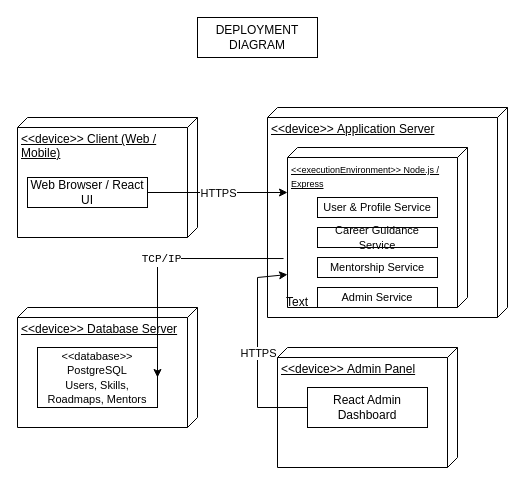
This is ADD_Deployment_Merve_Pakcan.drawio from mervepakcan/Career-Path-App--Software-Development-Project-, a draw.io file, before an edit. Source tidied: cells renumbered, new cells numbered last; positions are measured from the earlier drawing's top-left corner, leaving out a move shared by most shapes. Both pictures are drawn from the tidied source at 100%, with x=0, y=0 at pixel (17, 17).
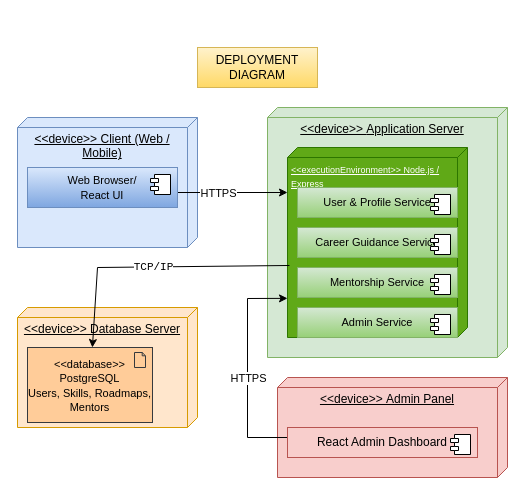
After the change.

What changed in the source:
```diff
@@
-    <mxCell id="2" value="&amp;lt;&amp;lt;device&amp;gt;&amp;gt;&amp;nbsp;&lt;span style=&quot;text-decoration: none;&quot;&gt;&lt;font style=&quot;font-size: 12px;&quot;&gt;Admin Panel&lt;/font&gt;&lt;/span&gt;" style="verticalAlign=top;align=left;spacingTop=8;spacingLeft=2;spacingRight=12;shape=cube;size=10;direction=south;fontStyle=4;html=1;whiteSpace=wrap;" parent="1" vertex="1">
-      <mxGeometry x="260" y="330" width="180" height="120" as="geometry" />
+    <mxCell id="2" value="&amp;lt;&amp;lt;device&amp;gt;&amp;gt;&amp;nbsp;&lt;span style=&quot;text-decoration: none;&quot;&gt;&lt;font style=&quot;font-size: 12px;&quot;&gt;Admin Panel&lt;/font&gt;&lt;/span&gt;" style="verticalAlign=top;align=center;spacingTop=8;spacingLeft=2;spacingRight=12;shape=cube;size=10;direction=south;fontStyle=4;html=1;whiteSpace=wrap;fillColor=#f8cecc;strokeColor=#b85450;" parent="1" vertex="1">
+      <mxGeometry x="260" y="360" width="230" height="100" as="geometry" />
     </mxCell>
-    <mxCell id="3" value="&amp;lt;&amp;lt;device&amp;gt;&amp;gt;&amp;nbsp;&lt;span style=&quot;text-decoration: none;&quot;&gt;&lt;font style=&quot;font-size: 12px;&quot;&gt;Database Server&lt;/font&gt;&lt;/span&gt;" style="verticalAlign=top;align=left;spacingTop=8;spacingLeft=2;spacingRight=12;shape=cube;size=10;direction=south;fontStyle=4;html=1;whiteSpace=wrap;" parent="1" vertex="1">
+    <mxCell id="3" value="&amp;lt;&amp;lt;device&amp;gt;&amp;gt;&amp;nbsp;&lt;span style=&quot;text-decoration: none;&quot;&gt;&lt;font style=&quot;font-size: 12px;&quot;&gt;Database Server&lt;/font&gt;&lt;/span&gt;" style="verticalAlign=top;align=center;spacingTop=8;spacingLeft=2;spacingRight=12;shape=cube;size=10;direction=south;fontStyle=4;html=1;whiteSpace=wrap;fillColor=#ffe6cc;strokeColor=#d79b00;" parent="1" vertex="1">
       <mxGeometry y="290" width="180" height="120" as="geometry" />
     </mxCell>
-    <mxCell id="4" value="&amp;lt;&amp;lt;device&amp;gt;&amp;gt;&amp;nbsp;&lt;span style=&quot;text-decoration: none;&quot;&gt;&lt;font style=&quot;font-size: 12px;&quot;&gt;Application Server&lt;/font&gt;&lt;/span&gt;" style="verticalAlign=top;align=left;spacingTop=8;spacingLeft=2;spacingRight=12;shape=cube;size=10;direction=south;fontStyle=4;html=1;whiteSpace=wrap;" parent="1" vertex="1">
-      <mxGeometry x="250" y="90" width="240" height="210" as="geometry" />
+    <mxCell id="4" value="&amp;lt;&amp;lt;device&amp;gt;&amp;gt;&amp;nbsp;&lt;span style=&quot;text-decoration: none;&quot;&gt;&lt;font style=&quot;font-size: 12px;&quot;&gt;Application Server&lt;/font&gt;&lt;/span&gt;" style="verticalAlign=top;align=center;spacingTop=8;spacingLeft=2;spacingRight=12;shape=cube;size=10;direction=south;fontStyle=4;html=1;whiteSpace=wrap;fillColor=#d5e8d4;strokeColor=#82b366;" parent="1" vertex="1">
+      <mxGeometry x="250" y="90" width="240" height="250" as="geometry" />
     </mxCell>
-    <mxCell id="5" value="&amp;lt;&amp;lt;device&amp;gt;&amp;gt; Client (Web / Mobile)" style="verticalAlign=top;align=left;spacingTop=8;spacingLeft=2;spacingRight=12;shape=cube;size=10;direction=south;fontStyle=4;html=1;whiteSpace=wrap;" parent="1" vertex="1">
-      <mxGeometry y="100" width="180" height="120" as="geometry" />
+    <mxCell id="5" value="&amp;lt;&amp;lt;device&amp;gt;&amp;gt; Client (Web / Mobile)" style="verticalAlign=top;align=center;spacingTop=8;spacingLeft=2;spacingRight=12;shape=cube;size=10;direction=south;fontStyle=4;html=1;whiteSpace=wrap;fillColor=#dae8fc;strokeColor=#6c8ebf;" parent="1" vertex="1">
+      <mxGeometry y="100" width="180" height="130" as="geometry" />
     </mxCell>
-    <mxCell id="6" value="&lt;span style=&quot;text-align: start;&quot;&gt;&lt;font style=&quot;font-size: 12px;&quot;&gt;Web Browser / React UI&lt;/font&gt;&lt;/span&gt;" style="rounded=0;whiteSpace=wrap;html=1;" parent="1" vertex="1">
-      <mxGeometry x="10" y="160" width="120" height="30" as="geometry" />
-    </mxCell>
-    <mxCell id="7" value="&lt;span style=&quot;text-align: start;&quot;&gt;&lt;font style=&quot;font-size: 12px;&quot;&gt;React Admin Dashboard&lt;/font&gt;&lt;/span&gt;" style="rounded=0;whiteSpace=wrap;html=1;" parent="1" vertex="1">
-      <mxGeometry x="290" y="370" width="120" height="40" as="geometry" />
-    </mxCell>
-    <mxCell id="8" value="&lt;span style=&quot;text-decoration: none;&quot;&gt;&lt;font style=&quot;font-size: 9px;&quot;&gt;&amp;lt;&amp;lt;executionEnvironment&amp;gt;&amp;gt; Node.js / Express&lt;/font&gt;&lt;/span&gt;" style="verticalAlign=top;align=left;spacingTop=8;spacingLeft=2;spacingRight=12;shape=cube;size=10;direction=south;fontStyle=4;html=1;whiteSpace=wrap;" parent="1" vertex="1">
-      <mxGeometry x="270" y="130" width="180" height="160" as="geometry" />
+    <mxCell id="8" value="&lt;span style=&quot;text-decoration: none;&quot;&gt;&lt;font style=&quot;font-size: 9px;&quot;&gt;&amp;lt;&amp;lt;executionEnvironment&amp;gt;&amp;gt; Node.js / Express&lt;/font&gt;&lt;/span&gt;" style="verticalAlign=top;align=left;spacingTop=8;spacingLeft=2;spacingRight=12;shape=cube;size=10;direction=south;fontStyle=4;html=1;whiteSpace=wrap;fillColor=#60a917;fontColor=#ffffff;strokeColor=#2D7600;" parent="1" vertex="1">
+      <mxGeometry x="270" y="130" width="180" height="190" as="geometry" />
     </mxCell>
-    <mxCell id="9" value="&lt;span style=&quot;text-align: start;&quot;&gt;&lt;font style=&quot;font-size: 11px;&quot;&gt;User &amp;amp; Profile Service&lt;/font&gt;&lt;/span&gt;" style="rounded=0;whiteSpace=wrap;html=1;" parent="1" vertex="1">
-      <mxGeometry x="300" y="180" width="120" height="20" as="geometry" />
-    </mxCell>
-    <mxCell id="10" value="&lt;span style=&quot;text-align: start;&quot;&gt;&lt;font style=&quot;font-size: 11px;&quot;&gt;Career Guidance Service&lt;/font&gt;&lt;/span&gt;" style="rounded=0;whiteSpace=wrap;html=1;" parent="1" vertex="1">
-      <mxGeometry x="300" y="210" width="120" height="20" as="geometry" />
-    </mxCell>
-    <mxCell id="11" value="&lt;span style=&quot;text-align: start;&quot;&gt;&lt;font style=&quot;font-size: 11px;&quot;&gt;Admin Service&lt;/font&gt;&lt;/span&gt;" style="rounded=0;whiteSpace=wrap;html=1;" parent="1" vertex="1">
-      <mxGeometry x="300" y="270" width="120" height="20" as="geometry" />
-    </mxCell>
-    <mxCell id="12" value="&lt;span style=&quot;text-align: start;&quot;&gt;&lt;font style=&quot;font-size: 11px;&quot;&gt;Mentorship Service&lt;/font&gt;&lt;/span&gt;" style="rounded=0;whiteSpace=wrap;html=1;" parent="1" vertex="1">
-      <mxGeometry x="300" y="240" width="120" height="20" as="geometry" />
-    </mxCell>
-    <mxCell id="13" value="&lt;span style=&quot;text-align: start;&quot;&gt;&lt;font style=&quot;font-size: 11px;&quot;&gt;&amp;lt;&amp;lt;database&amp;gt;&amp;gt; PostgreSQL&lt;/font&gt;&lt;/span&gt;&lt;div&gt;&lt;font style=&quot;font-size: 11px;&quot;&gt;Users, Skills, Roadmaps, Mentors&lt;/font&gt;&lt;br&gt;&lt;/div&gt;" style="rounded=0;whiteSpace=wrap;html=1;" parent="1" vertex="1">
-      <mxGeometry x="20" y="330" width="120" height="60" as="geometry" />
-    </mxCell>
-    <mxCell id="14" style="endArrow=classic;html=1;rounded=0;exitX=1;exitY=0.5;exitDx=0;exitDy=0;" parent="1" edge="1" source="6">
+    <mxCell id="14" style="endArrow=classic;html=1;rounded=0;exitX=1;exitY=0.5;exitDx=0;exitDy=0;" parent="1" edge="1">
       <mxGeometry relative="1" as="geometry">
+        <mxPoint x="130" y="175" as="sourcePoint" />
         <mxPoint x="270" y="175" as="targetPoint" />
       </mxGeometry>
     </mxCell>
@@
-    <mxCell id="16" style="endArrow=classic;html=1;rounded=0;exitX=0;exitY=0.5;exitDx=0;exitDy=0;entryX=0.794;entryY=1;entryDx=0;entryDy=0;entryPerimeter=0;" parent="1" edge="1" source="7" target="8">
+    <mxCell id="16" style="endArrow=classic;html=1;rounded=0;exitX=0;exitY=0.5;exitDx=0;exitDy=0;entryX=0.794;entryY=1;entryDx=0;entryDy=0;entryPerimeter=0;" parent="1" edge="1" target="8">
       <mxGeometry relative="1" as="geometry">
+        <mxPoint x="290" y="420" as="sourcePoint" />
         <Array as="points">
-          <mxPoint x="240" y="390" />
-          <mxPoint x="240" y="260" />
+          <mxPoint x="230" y="420" />
+          <mxPoint x="230" y="281" />
         </Array>
       </mxGeometry>
     </mxCell>
@@
-    <mxCell id="18" style="endArrow=classic;html=1;rounded=0;exitX=0.694;exitY=1.022;exitDx=0;exitDy=0;exitPerimeter=0;entryX=1;entryY=0.5;entryDx=0;entryDy=0;" parent="1" edge="1" source="8" target="13">
+    <mxCell id="18" style="endArrow=classic;html=1;rounded=0;exitX=0.621;exitY=0.989;exitDx=0;exitDy=0;exitPerimeter=0;" parent="1" edge="1" source="8" target="13">
       <mxGeometry relative="1" as="geometry">
         <Array as="points">
-          <mxPoint x="140" y="241" />
+          <mxPoint x="80" y="250" />
         </Array>
       </mxGeometry>
     </mxCell>
@@
-    <mxCell id="20" value="Text" style="text;html=1;whiteSpace=wrap;strokeColor=none;fillColor=none;align=center;verticalAlign=middle;rounded=0;" parent="1" vertex="1">
-      <mxGeometry x="250" y="270" width="60" height="30" as="geometry" />
-    </mxCell>
-    <mxCell id="21" value="DEPLOYMENT DIAGRAM" style="rounded=0;whiteSpace=wrap;html=1;" parent="1" vertex="1">
-      <mxGeometry x="180" width="120" height="40" as="geometry" />
+    <mxCell id="21" value="DEPLOYMENT DIAGRAM" style="rounded=0;whiteSpace=wrap;html=1;fillColor=#fff2cc;strokeColor=#d6b656;gradientColor=#ffd966;" parent="1" vertex="1">
+      <mxGeometry x="180" y="30" width="120" height="40" as="geometry" />
     </mxCell>
+    <mxCell id="22" value="&lt;span style=&quot;text-align: start;&quot;&gt;&lt;font style=&quot;font-size: 11px;&quot;&gt;Web Browser/&lt;/font&gt;&lt;/span&gt;&lt;div&gt;&lt;span style=&quot;text-align: start;&quot;&gt;&lt;font style=&quot;font-size: 11px;&quot;&gt;React UI&lt;/font&gt;&lt;/span&gt;&lt;/div&gt;" style="html=1;whiteSpace=wrap;fillColor=#dae8fc;gradientColor=#7ea6e0;strokeColor=#6c8ebf;" parent="1" vertex="1">
+      <mxGeometry x="10" y="150" width="150" height="40" as="geometry" />
+    </mxCell>
+    <mxCell id="23" style="shape=module;jettyWidth=8;jettyHeight=4;" parent="22" vertex="1">
+      <mxGeometry x="1" width="20" height="20" relative="1" as="geometry">
+        <mxPoint x="-27" y="7" as="offset" />
+      </mxGeometry>
+    </mxCell>
+    <mxCell id="9" value="&lt;span style=&quot;font-size: 11px; text-align: start;&quot;&gt;User &amp;amp; Profile Service&lt;/span&gt;" style="html=1;whiteSpace=wrap;fillColor=#d5e8d4;strokeColor=#82b366;gradientColor=#97d077;" parent="1" vertex="1">
+      <mxGeometry x="280" y="170" width="160" height="30" as="geometry" />
+    </mxCell>
+    <mxCell id="24" style="shape=module;jettyWidth=8;jettyHeight=4;" parent="9" vertex="1">
+      <mxGeometry x="1" width="20" height="20" relative="1" as="geometry">
+        <mxPoint x="-27" y="7" as="offset" />
+      </mxGeometry>
+    </mxCell>
+    <mxCell id="10" value="&lt;span style=&quot;font-size: 11px; text-align: start;&quot;&gt;Career Guidance Service&lt;/span&gt;" style="html=1;whiteSpace=wrap;fillColor=#d5e8d4;strokeColor=#82b366;gradientColor=#97d077;" parent="1" vertex="1">
+      <mxGeometry x="280" y="210" width="160" height="30" as="geometry" />
+    </mxCell>
+    <mxCell id="25" style="shape=module;jettyWidth=8;jettyHeight=4;" parent="10" vertex="1">
+      <mxGeometry x="1" width="20" height="20" relative="1" as="geometry">
+        <mxPoint x="-27" y="7" as="offset" />
+      </mxGeometry>
+    </mxCell>
+    <mxCell id="12" value="&lt;span style=&quot;font-size: 11px; text-align: start;&quot;&gt;Mentorship Service&lt;/span&gt;" style="html=1;whiteSpace=wrap;fillColor=#d5e8d4;strokeColor=#82b366;gradientColor=#97d077;" parent="1" vertex="1">
+      <mxGeometry x="280" y="250" width="160" height="30" as="geometry" />
+    </mxCell>
+    <mxCell id="26" style="shape=module;jettyWidth=8;jettyHeight=4;" parent="12" vertex="1">
+      <mxGeometry x="1" width="20" height="20" relative="1" as="geometry">
+        <mxPoint x="-27" y="7" as="offset" />
+      </mxGeometry>
+    </mxCell>
+    <mxCell id="11" value="&lt;span style=&quot;font-size: 11px; text-align: start;&quot;&gt;Admin Service&lt;/span&gt;" style="html=1;whiteSpace=wrap;fillColor=#d5e8d4;strokeColor=#82b366;gradientColor=#97d077;" parent="1" vertex="1">
+      <mxGeometry x="280" y="290" width="160" height="30" as="geometry" />
+    </mxCell>
+    <mxCell id="27" style="shape=module;jettyWidth=8;jettyHeight=4;" parent="11" vertex="1">
+      <mxGeometry x="1" width="20" height="20" relative="1" as="geometry">
+        <mxPoint x="-27" y="7" as="offset" />
+      </mxGeometry>
+    </mxCell>
+    <mxCell id="7" value="&lt;span style=&quot;text-align: start;&quot;&gt;React Admin Dashboard&lt;/span&gt;" style="html=1;whiteSpace=wrap;fillColor=#f8cecc;strokeColor=#b85450;" parent="1" vertex="1">
+      <mxGeometry x="270" y="410" width="190" height="30" as="geometry" />
+    </mxCell>
+    <mxCell id="28" style="shape=module;jettyWidth=8;jettyHeight=4;" parent="7" vertex="1">
+      <mxGeometry x="1" width="20" height="20" relative="1" as="geometry">
+        <mxPoint x="-27" y="7" as="offset" />
+      </mxGeometry>
+    </mxCell>
+    <mxCell id="13" value="&lt;span style=&quot;text-align: start;&quot;&gt;&lt;font style=&quot;font-size: 11px;&quot;&gt;&amp;lt;&amp;lt;database&amp;gt;&amp;gt; PostgreSQL&lt;/font&gt;&lt;/span&gt;&lt;div&gt;&lt;font style=&quot;font-size: 11px;&quot;&gt;Users, Skills, Roadmaps, Mentors&lt;/font&gt;&lt;/div&gt;" style="html=1;outlineConnect=0;whiteSpace=wrap;fillColor=#ffcc99;shape=mxgraph.archimate.application;appType=artifact;strokeColor=#36393d;" parent="1" vertex="1">
+      <mxGeometry x="10" y="330" width="125" height="75" as="geometry" />
+    </mxCell>
```
